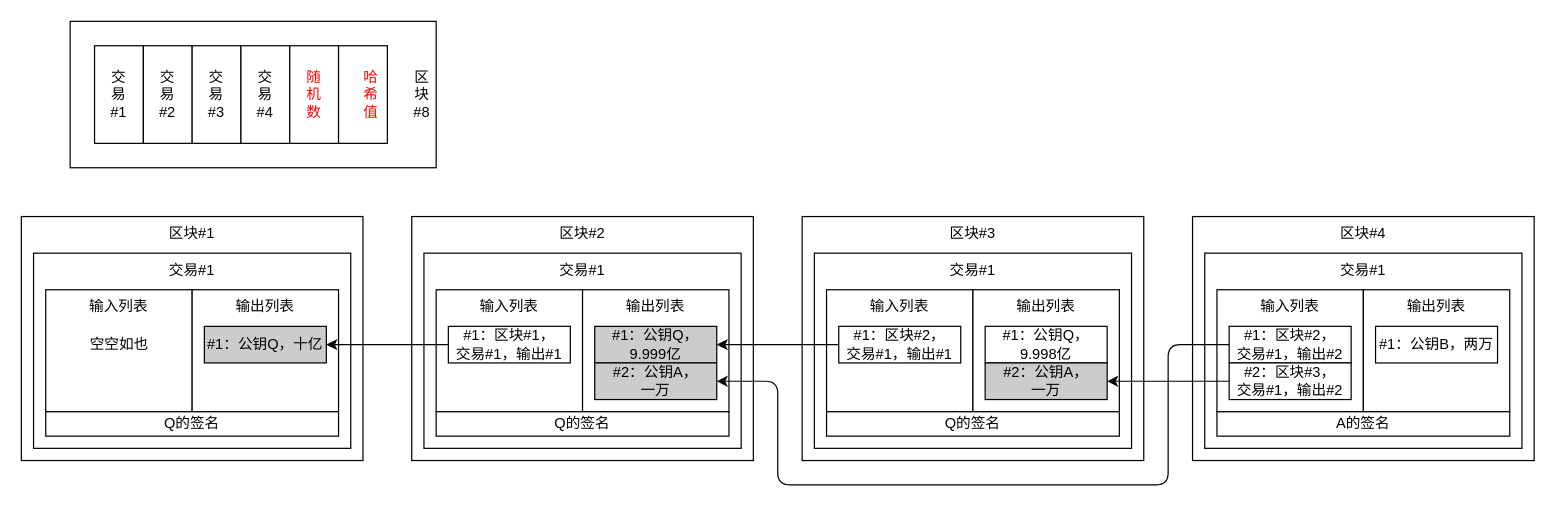
Earlier version of the draw.io diagram page "Eg" (4 of 6) of draw/ch04.drawio (zxh0/blockchain-book). Source tidied: cells renumbered, new cells numbered last; positions are measured from the earlier drawing's top-left corner, leaving out a move shared by most shapes. Both pictures are drawn from the tidied source at 122%, with x=0, y=0 at pixel (21, 21).
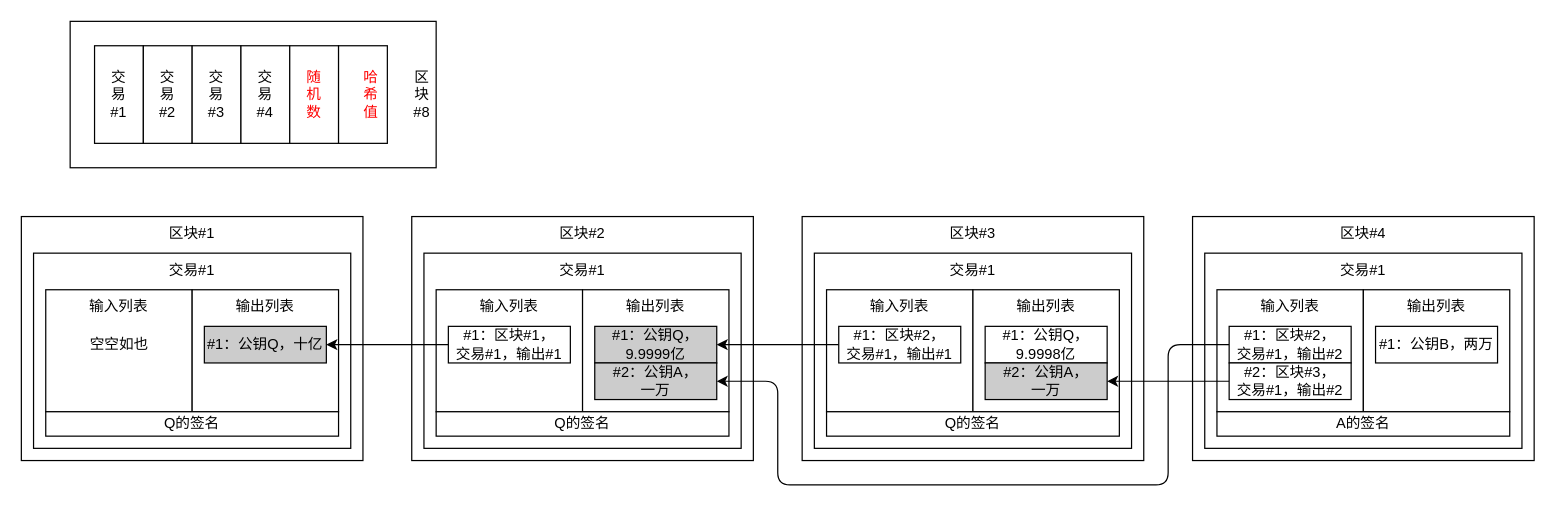
After the change.

Diff of the diagram source:
```diff
@@
-    <mxCell id="21" value="#1：公钥Q，9.999亿" style="rounded=0;whiteSpace=wrap;html=1;fillColor=#CCCCCC;" parent="1" vertex="1">
+    <mxCell id="21" value="#1：公钥Q，9.9999亿" style="rounded=0;whiteSpace=wrap;html=1;fillColor=#CCCCCC;" parent="1" vertex="1">
       <mxGeometry x="470" y="250" width="100" height="30" as="geometry" />
     </mxCell>
@@
-    <mxCell id="30" value="#1：公钥Q，9.998亿" style="rounded=0;whiteSpace=wrap;html=1;" parent="1" vertex="1">
+    <mxCell id="30" value="#1：公钥Q，9.9998亿" style="rounded=0;whiteSpace=wrap;html=1;" parent="1" vertex="1">
       <mxGeometry x="790" y="250" width="100" height="30" as="geometry" />
     </mxCell>
```
